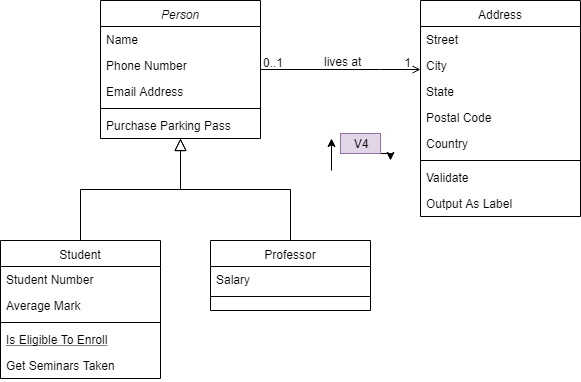
This is diagram.png from bsmith1310/drawio-github, a draw.io export, as it was before one commit. Source tidied: cells renumbered, new cells last; positions are measured from the earlier drawing's top-left corner, leaving out a move shared by most shapes.
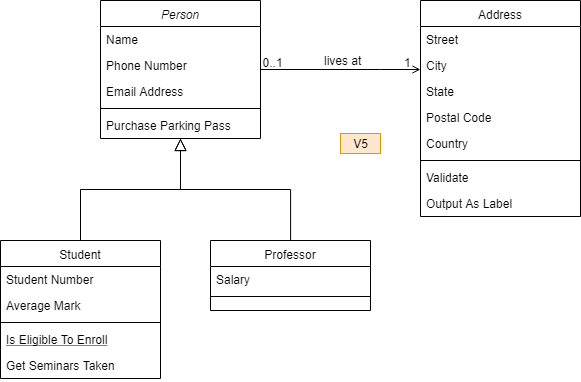
After the commit.

The edit, as a diff of the source:
```diff
@@ -111,18 +111,8 @@
         <mxPoint x="-38" y="40" as="offset" />
       </mxGeometry>
     </mxCell>
-    <mxCell id="32" style="edgeStyle=orthogonalEdgeStyle;rounded=0;jettySize=auto;html=1;exitX=0.5;exitY=1;exitDx=0;exitDy=0;" parent="1" edge="1" source="33">
-      <mxGeometry relative="1" as="geometry">
-        <mxPoint x="390" y="160" as="targetPoint" />
-      </mxGeometry>
-    </mxCell>
-    <mxCell id="33" value="V4" style="text;html=1;strokeColor=#9673a6;fillColor=#e1d5e7;align=center;verticalAlign=middle;whiteSpace=wrap;rounded=0;" parent="1" vertex="1">
+    <mxCell id="33" value="V5" style="text;html=1;strokeColor=#d79b00;fillColor=#ffe6cc;align=center;verticalAlign=middle;whiteSpace=wrap;rounded=0;" parent="1" vertex="1">
       <mxGeometry x="340" y="133" width="40" height="20" as="geometry" />
     </mxCell>
-    <mxCell id="34" style="edgeStyle=orthogonalEdgeStyle;rounded=0;jettySize=auto;html=1;entryX=-0.225;entryY=0.25;entryDx=0;entryDy=0;entryPerimeter=0;" parent="1" edge="1" target="33">
-      <mxGeometry relative="1" as="geometry">
-        <mxPoint x="331" y="170" as="sourcePoint" />
-      </mxGeometry>
-    </mxCell>
   </root>
 </mxGraphModel>
```
